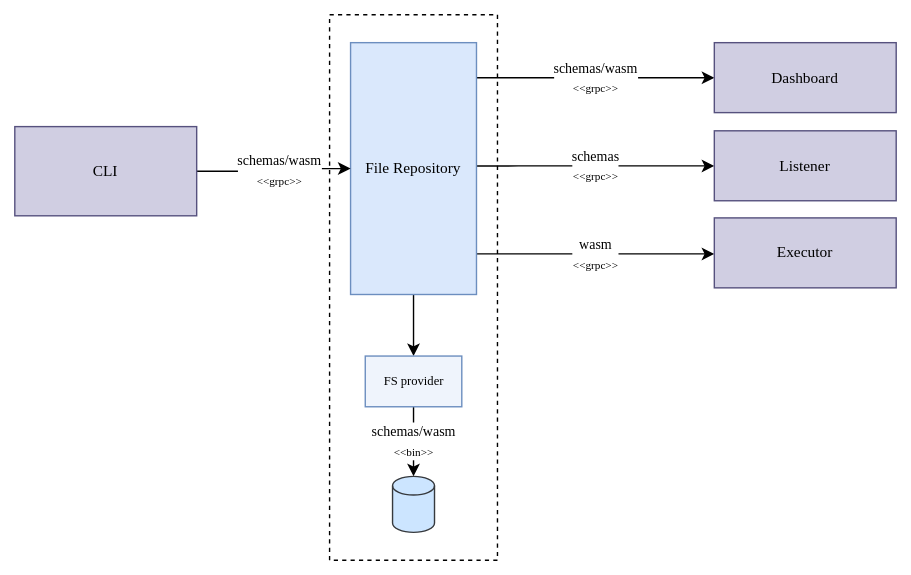
andrescosta/jobico-fn keeps this draw.io diagram as docs/img/repository.svg. Above is the earlier version. Source tidied: cells renumbered, new cells last; positions are measured from the earlier drawing's top-left corner, leaving out a move shared by most shapes.
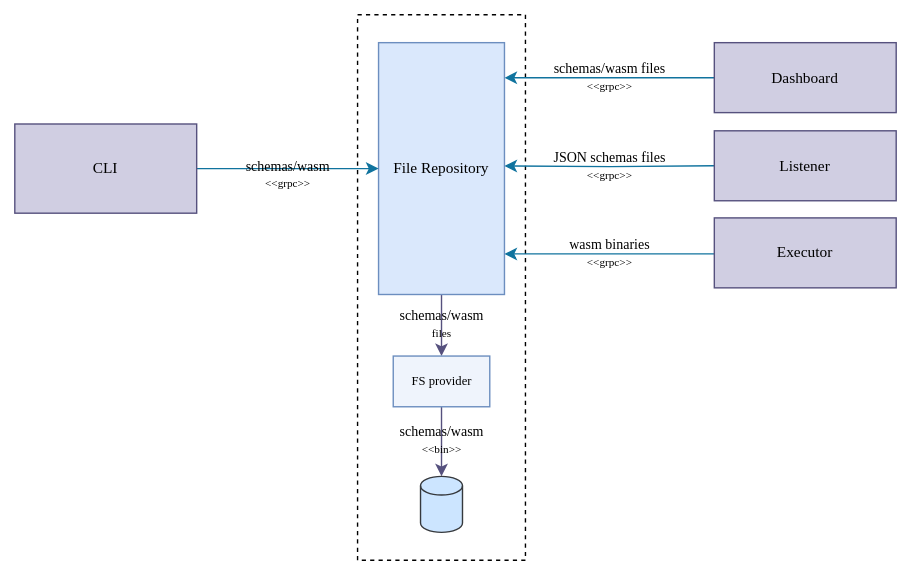
Later version of the same file.

What changed in the source:
```diff
@@ -2,7 +2,10 @@
   <root>
     <mxCell id="0" />
     <mxCell id="1" parent="0" />
+    <mxCell id="16" style="rounded=0;whiteSpace=wrap;html=1;fillColor=none;dashed=1;" parent="1" vertex="1">
+      <mxGeometry x="225" width="120" height="390" as="geometry" />
+    </mxCell>
-    <mxCell id="2" value="&lt;font style=&quot;border-color: var(--border-color); font-family: &amp;quot;Lucida Console&amp;quot;;&quot; size=&quot;1&quot;&gt;schemas/wasm&lt;br style=&quot;border-color: var(--border-color);&quot;&gt;&lt;/font&gt;&lt;font style=&quot;border-color: var(--border-color); font-family: &amp;quot;Lucida Console&amp;quot;; font-size: 8px;&quot;&gt;&amp;lt;&amp;lt;grpc&amp;gt;&amp;gt;&lt;/font&gt;" style="edgeStyle=orthogonalEdgeStyle;jettySize=auto;html=1;" parent="1" edge="1" target="10">
+    <mxCell id="2" value="&lt;font size=&quot;1&quot; style=&quot;border-color: var(--border-color); font-family: &amp;quot;Lucida Console&amp;quot;;&quot;&gt;schemas/wasm files&lt;br style=&quot;border-color: var(--border-color);&quot;&gt;&lt;/font&gt;&lt;font style=&quot;border-color: var(--border-color); font-family: &amp;quot;Lucida Console&amp;quot;; font-size: 8px;&quot;&gt;&amp;lt;&amp;lt;grpc&amp;gt;&amp;gt;&lt;/font&gt;" style="edgeStyle=orthogonalEdgeStyle;jettySize=auto;html=1;startArrow=classic;startFill=1;endArrow=none;endFill=0;rounded=0;strokeColor=#10739e;align=center;verticalAlign=middle;fontFamily=Courier New;fontSize=10;fontColor=default;fontStyle=0;labelBackgroundColor=none;fillColor=#b1ddf0;" parent="1" edge="1" target="10">
       <mxGeometry relative="1" as="geometry">
         <mxPoint x="330" y="45.1" as="sourcePoint" />
         <Array as="points">
@@ -11,20 +14,15 @@
         </Array>
       </mxGeometry>
     </mxCell>
-    <mxCell id="3" value="&lt;font style=&quot;border-color: var(--border-color); font-family: &amp;quot;Lucida Console&amp;quot;;&quot; size=&quot;1&quot;&gt;schemas&lt;br style=&quot;border-color: var(--border-color);&quot;&gt;&lt;/font&gt;&lt;font style=&quot;border-color: var(--border-color); font-family: &amp;quot;Lucida Console&amp;quot;; font-size: 8px;&quot;&gt;&amp;lt;&amp;lt;grpc&amp;gt;&amp;gt;&lt;/font&gt;" style="edgeStyle=orthogonalEdgeStyle;orthogonalLoop=1;jettySize=auto;html=1;" parent="1" edge="1">
+    <mxCell id="3" value="&lt;font size=&quot;1&quot; style=&quot;border-color: var(--border-color); font-family: &amp;quot;Lucida Console&amp;quot;;&quot;&gt;JSON schemas files&lt;br style=&quot;border-color: var(--border-color);&quot;&gt;&lt;/font&gt;&lt;font style=&quot;border-color: var(--border-color); font-family: &amp;quot;Lucida Console&amp;quot;; font-size: 8px;&quot;&gt;&amp;lt;&amp;lt;grpc&amp;gt;&amp;gt;&lt;/font&gt;" style="edgeStyle=orthogonalEdgeStyle;jettySize=auto;html=1;startArrow=classic;startFill=1;endArrow=none;endFill=0;rounded=0;strokeColor=#10739e;align=center;verticalAlign=middle;fontFamily=Courier New;fontSize=10;fontColor=default;fontStyle=0;labelBackgroundColor=none;fillColor=#b1ddf0;" parent="1" edge="1" target="14">
       <mxGeometry relative="1" as="geometry">
         <mxPoint x="330" y="108.1" as="sourcePoint" />
-        <mxPoint x="500" y="108.1" as="targetPoint" />
-        <Array as="points">
-          <mxPoint x="370" y="108.1" />
-          <mxPoint x="370" y="108.1" />
-        </Array>
       </mxGeometry>
     </mxCell>
-    <mxCell id="4" style="edgeStyle=orthogonalEdgeStyle;jettySize=auto;html=1;" parent="1" edge="1" source="6" target="12">
+    <mxCell id="4" value="&lt;font style=&quot;border-color: var(--border-color); font-family: &amp;quot;Lucida Console&amp;quot;;&quot;&gt;schemas/wasm&lt;br style=&quot;border-color: var(--border-color);&quot;&gt;&lt;/font&gt;&lt;font style=&quot;border-color: var(--border-color); font-family: &amp;quot;Lucida Console&amp;quot;; font-size: 8px;&quot;&gt;files&lt;/font&gt;" style="edgeStyle=orthogonalEdgeStyle;jettySize=auto;html=1;rounded=0;strokeColor=#56517e;align=center;verticalAlign=middle;fontFamily=Courier New;fontSize=10;fontColor=default;fontStyle=0;labelBackgroundColor=none;endArrow=classic;fillColor=#d0cee2;endFill=1;" parent="1" edge="1" source="6" target="12">
       <mxGeometry relative="1" as="geometry" />
     </mxCell>
-    <mxCell id="5" value="&lt;font style=&quot;border-color: var(--border-color); font-family: &amp;quot;Lucida Console&amp;quot;;&quot; size=&quot;1&quot;&gt;wasm&lt;br style=&quot;border-color: var(--border-color);&quot;&gt;&lt;/font&gt;&lt;font style=&quot;border-color: var(--border-color); font-family: &amp;quot;Lucida Console&amp;quot;; font-size: 8px;&quot;&gt;&amp;lt;&amp;lt;grpc&amp;gt;&amp;gt;&lt;/font&gt;" style="edgeStyle=orthogonalEdgeStyle;jettySize=auto;html=1;rounded=0;curved=0;" parent="1" edge="1" source="6" target="15">
+    <mxCell id="5" value="&lt;font size=&quot;1&quot; style=&quot;border-color: var(--border-color); font-family: &amp;quot;Lucida Console&amp;quot;;&quot;&gt;wasm binaries&lt;br style=&quot;border-color: var(--border-color);&quot;&gt;&lt;/font&gt;&lt;font style=&quot;border-color: var(--border-color); font-family: &amp;quot;Lucida Console&amp;quot;; font-size: 8px;&quot;&gt;&amp;lt;&amp;lt;grpc&amp;gt;&amp;gt;&lt;/font&gt;" style="edgeStyle=orthogonalEdgeStyle;jettySize=auto;html=1;rounded=0;curved=0;startArrow=classic;startFill=1;endArrow=none;endFill=0;strokeColor=#10739e;align=center;verticalAlign=middle;fontFamily=Courier New;fontSize=10;fontColor=default;fontStyle=0;labelBackgroundColor=none;fillColor=#b1ddf0;" parent="1" edge="1" source="6" target="15">
       <mxGeometry relative="1" as="geometry">
         <Array as="points">
           <mxPoint x="360" y="171" />
@@ -35,21 +33,21 @@
     <mxCell id="6" value="File Repository" style="rounded=0;whiteSpace=wrap;html=1;labelBackgroundColor=none;fillColor=#dae8fc;strokeColor=#6c8ebf;fontFamily=Lucida Console;fontSize=11;" parent="1" vertex="1">
       <mxGeometry x="240" y="20" width="90" height="180" as="geometry" />
     </mxCell>
-    <mxCell id="7" style="edgeStyle=orthogonalEdgeStyle;jettySize=auto;html=1;startArrow=none;startFill=0;" parent="1" edge="1" source="9" target="6">
+    <mxCell id="7" style="edgeStyle=orthogonalEdgeStyle;jettySize=auto;html=1;startArrow=none;startFill=0;rounded=0;strokeColor=#10739e;align=center;verticalAlign=middle;fontFamily=Courier New;fontSize=10;fontColor=default;fontStyle=0;labelBackgroundColor=none;endArrow=classic;fillColor=#b1ddf0;" parent="1" edge="1" source="9" target="6">
       <mxGeometry relative="1" as="geometry" />
     </mxCell>
-    <mxCell id="8" value="&lt;font style=&quot;border-color: var(--border-color); font-family: &amp;quot;Lucida Console&amp;quot;;&quot; size=&quot;1&quot;&gt;schemas/wasm&lt;br style=&quot;border-color: var(--border-color);&quot;&gt;&lt;/font&gt;&lt;font style=&quot;border-color: var(--border-color); font-family: &amp;quot;Lucida Console&amp;quot;; font-size: 8px;&quot;&gt;&amp;lt;&amp;lt;grpc&amp;gt;&amp;gt;&lt;/font&gt;" style="edgeLabel;html=1;align=center;verticalAlign=middle;" parent="7" vertex="1">
+    <mxCell id="8" value="&lt;font size=&quot;1&quot; style=&quot;border-color: var(--border-color); font-family: &amp;quot;Lucida Console&amp;quot;;&quot;&gt;schemas/wasm&lt;br style=&quot;border-color: var(--border-color);&quot;&gt;&lt;/font&gt;&lt;font style=&quot;border-color: var(--border-color); font-family: &amp;quot;Lucida Console&amp;quot;; font-size: 8px;&quot;&gt;&amp;lt;&amp;lt;grpc&amp;gt;&amp;gt;&lt;/font&gt;" style="edgeLabel;html=1;align=center;verticalAlign=middle;rounded=0;strokeColor=#10739e;fontFamily=Courier New;fontSize=10;fontColor=default;fontStyle=0;labelBackgroundColor=none;fillColor=#b1ddf0;" parent="7" vertex="1">
       <mxGeometry y="-4" relative="1" as="geometry">
         <mxPoint x="-1" as="offset" />
       </mxGeometry>
     </mxCell>
     <mxCell id="9" value="CLI" style="rounded=0;whiteSpace=wrap;html=1;labelBackgroundColor=none;fillColor=#d0cee2;strokeColor=#56517e;fontFamily=Lucida Console;fontSize=11;" parent="1" vertex="1">
-      <mxGeometry y="80" width="130" height="63.8" as="geometry" />
+      <mxGeometry x="-20" y="78.1" width="130" height="63.8" as="geometry" />
     </mxCell>
     <mxCell id="10" value="Dashboard" style="rounded=0;whiteSpace=wrap;html=1;labelBackgroundColor=none;fillColor=#d0cee2;strokeColor=#56517e;fontFamily=Lucida Console;fontSize=11;" parent="1" vertex="1">
-      <mxGeometry x="500" y="20" width="130" height="50" as="geometry" />
+      <mxGeometry x="480" y="20" width="130" height="50" as="geometry" />
     </mxCell>
-    <mxCell id="11" value="&lt;font style=&quot;border-color: var(--border-color); font-family: &amp;quot;Lucida Console&amp;quot;;&quot; size=&quot;1&quot;&gt;schemas/wasm&lt;br style=&quot;border-color: var(--border-color);&quot;&gt;&lt;/font&gt;&lt;font style=&quot;border-color: var(--border-color); font-family: &amp;quot;Lucida Console&amp;quot;; font-size: 8px;&quot;&gt;&amp;lt;&amp;lt;bin&amp;gt;&amp;gt;&lt;/font&gt;" style="edgeStyle=orthogonalEdgeStyle;jettySize=auto;html=1;entryX=0.5;entryY=0;entryDx=0;entryDy=0;entryPerimeter=0;" parent="1" edge="1" source="12" target="13">
+    <mxCell id="11" value="&lt;font size=&quot;1&quot; style=&quot;border-color: var(--border-color); font-family: &amp;quot;Lucida Console&amp;quot;;&quot;&gt;schemas/wasm&lt;br style=&quot;border-color: var(--border-color);&quot;&gt;&lt;/font&gt;&lt;font style=&quot;border-color: var(--border-color); font-family: &amp;quot;Lucida Console&amp;quot;; font-size: 8px;&quot;&gt;&amp;lt;&amp;lt;bin&amp;gt;&amp;gt;&lt;/font&gt;" style="edgeStyle=orthogonalEdgeStyle;jettySize=auto;html=1;entryX=0.5;entryY=0;entryDx=0;entryDy=0;entryPerimeter=0;rounded=0;strokeColor=#56517e;align=center;verticalAlign=middle;fontFamily=Courier New;fontSize=10;fontColor=default;fontStyle=0;labelBackgroundColor=none;endArrow=classic;fillColor=#d0cee2;endFill=1;" parent="1" edge="1" source="12" target="13">
       <mxGeometry relative="1" as="geometry" />
     </mxCell>
     <mxCell id="12" value="FS provider" style="rounded=0;whiteSpace=wrap;html=1;fontFamily=Lucida Console;fontSize=9;strokeColor=#6c8ebf;align=center;verticalAlign=middle;fontColor=default;labelBackgroundColor=none;fillColor=#EFF4FC;" parent="1" vertex="1">
@@ -59,13 +57,10 @@
       <mxGeometry x="270" y="330" width="30" height="40" as="geometry" />
     </mxCell>
     <mxCell id="14" value="Listener" style="rounded=0;whiteSpace=wrap;html=1;labelBackgroundColor=none;fillColor=#d0cee2;strokeColor=#56517e;fontFamily=Lucida Console;fontSize=11;" parent="1" vertex="1">
-      <mxGeometry x="500" y="83" width="130" height="50" as="geometry" />
+      <mxGeometry x="480" y="83" width="130" height="50" as="geometry" />
     </mxCell>
     <mxCell id="15" value="Executor" style="rounded=0;whiteSpace=wrap;html=1;labelBackgroundColor=none;fillColor=#d0cee2;strokeColor=#56517e;fontFamily=Lucida Console;fontSize=11;" parent="1" vertex="1">
-      <mxGeometry x="500" y="145.2" width="130" height="50" as="geometry" />
+      <mxGeometry x="480" y="145.2" width="130" height="50" as="geometry" />
     </mxCell>
-    <mxCell id="16" style="rounded=0;whiteSpace=wrap;html=1;fillColor=none;dashed=1;" parent="1" vertex="1">
-      <mxGeometry x="225" width="120" height="390" as="geometry" />
-    </mxCell>
   </root>
 </mxGraphModel>
```
